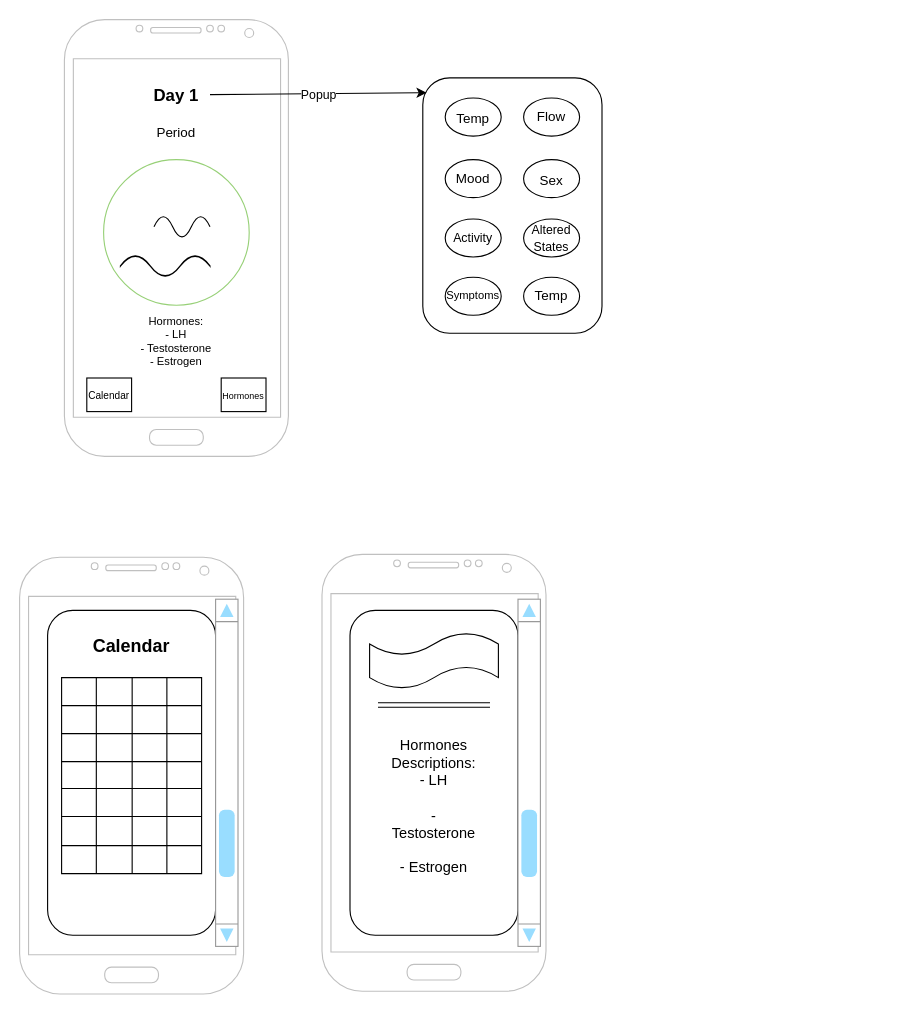
The draw.io diagram AppPrototype.drawio in TeigenC/AppPrototype, before the edit. Source tidied: cells renumbered, new cells numbered last; positions are measured from the earlier drawing's top-left corner, leaving out a move shared by most shapes. Both pictures are drawn from the tidied source at 112%, with x=0, y=0 at pixel (19, 19).
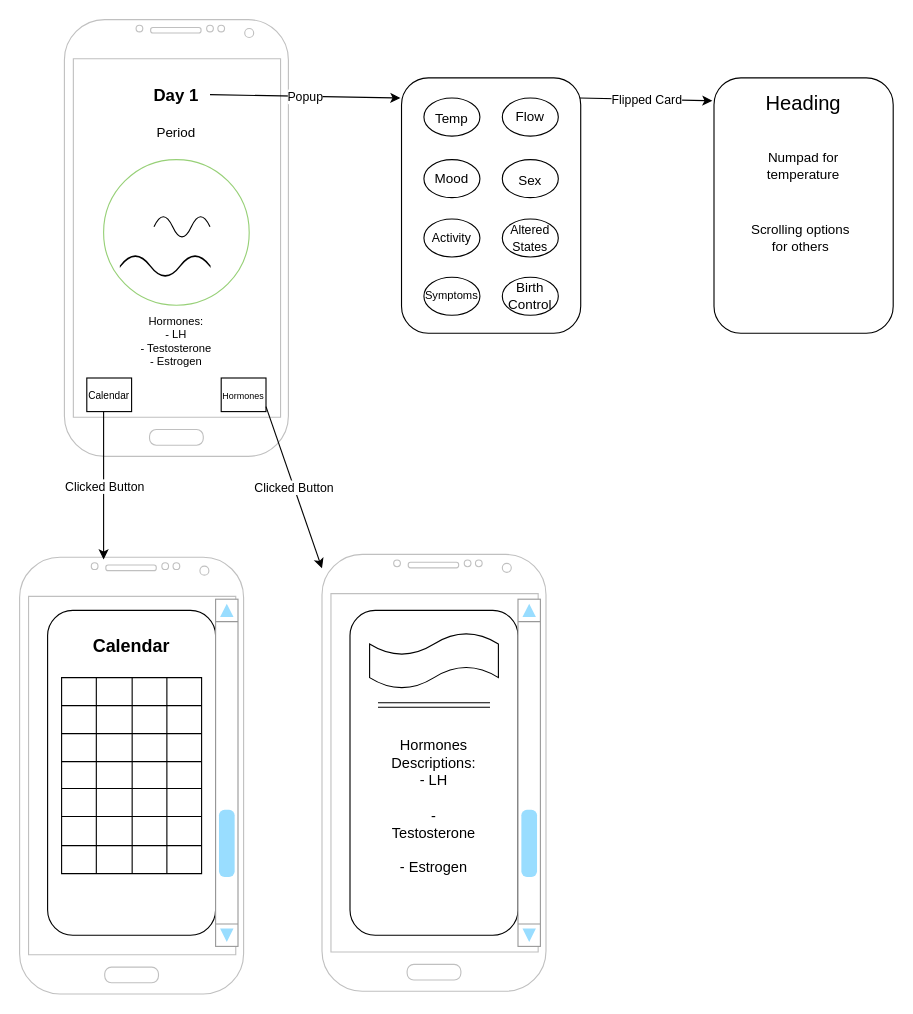
After the change.

The change refers to these unchanged cells:
```xml
<mxCell id="6" value="&lt;font style=&quot;font-size: 15px;&quot;&gt;&lt;b&gt;Day 1&lt;/b&gt;&lt;/font&gt;" style="text;strokeColor=none;align=center;fillColor=none;html=1;verticalAlign=middle;whiteSpace=wrap;rounded=0;" parent="1" vertex="1">
  <mxGeometry x="110" y="52" width="60" height="30" as="geometry" />
</mxCell>
<mxCell id="56" style="verticalLabelPosition=bottom;verticalAlign=top;html=1;shadow=0;dashed=0;strokeWidth=1;shape=mxgraph.android.phone2;strokeColor=#c0c0c0;" parent="1" vertex="1">
  <mxGeometry y="480" width="200" height="390" as="geometry" />
</mxCell>
<mxCell id="57" style="verticalLabelPosition=bottom;verticalAlign=top;html=1;shadow=0;dashed=0;strokeWidth=1;shape=mxgraph.android.phone2;strokeColor=#c0c0c0;" parent="1" vertex="1">
  <mxGeometry x="270" y="477.5" width="200" height="390" as="geometry" />
</mxCell>
```

Diff of the diagram source:
```diff
@@
     <mxCell id="55" style="rounded=1;whiteSpace=wrap;html=1;" parent="1" vertex="1">
-      <mxGeometry x="360" y="52" width="160" height="228" as="geometry" />
+      <mxGeometry x="341" y="52" width="160" height="228" as="geometry" />
     </mxCell>
@@
     <mxCell id="60" style="ellipse;whiteSpace=wrap;html=1;" parent="1" vertex="1">
-      <mxGeometry x="380" y="70" width="50" height="34" as="geometry" />
+      <mxGeometry x="361" y="70" width="50" height="34" as="geometry" />
     </mxCell>
     <mxCell id="61" style="ellipse;whiteSpace=wrap;html=1;" parent="1" vertex="1">
-      <mxGeometry x="380" y="125" width="50" height="34" as="geometry" />
+      <mxGeometry x="361" y="125" width="50" height="34" as="geometry" />
     </mxCell>
     <mxCell id="62" style="ellipse;whiteSpace=wrap;html=1;" parent="1" vertex="1">
-      <mxGeometry x="380" y="178" width="50" height="34" as="geometry" />
+      <mxGeometry x="361" y="178" width="50" height="34" as="geometry" />
     </mxCell>
     <mxCell id="63" style="ellipse;whiteSpace=wrap;html=1;" parent="1" vertex="1">
-      <mxGeometry x="380" y="230" width="50" height="34" as="geometry" />
+      <mxGeometry x="361" y="230" width="50" height="34" as="geometry" />
     </mxCell>
     <mxCell id="64" style="ellipse;whiteSpace=wrap;html=1;" parent="1" vertex="1">
-      <mxGeometry x="450" y="178" width="50" height="34" as="geometry" />
+      <mxGeometry x="431" y="178" width="50" height="34" as="geometry" />
     </mxCell>
     <mxCell id="65" style="ellipse;whiteSpace=wrap;html=1;" parent="1" vertex="1">
-      <mxGeometry x="450" y="125" width="50" height="34" as="geometry" />
+      <mxGeometry x="431" y="125" width="50" height="34" as="geometry" />
     </mxCell>
     <mxCell id="66" style="ellipse;whiteSpace=wrap;html=1;" parent="1" vertex="1">
-      <mxGeometry x="450" y="70" width="50" height="34" as="geometry" />
+      <mxGeometry x="431" y="70" width="50" height="34" as="geometry" />
     </mxCell>
     <mxCell id="67" style="ellipse;whiteSpace=wrap;html=1;" parent="1" vertex="1">
-      <mxGeometry x="450" y="230" width="50" height="34" as="geometry" />
+      <mxGeometry x="431" y="230" width="50" height="34" as="geometry" />
     </mxCell>
-    <mxCell id="68" style="endArrow=classic;html=1;rounded=0;exitX=1;exitY=0.5;exitDx=0;exitDy=0;entryX=0.021;entryY=0.058;entryDx=0;entryDy=0;entryPerimeter=0;" parent="1" edge="1" source="6" target="55">
-      <mxGeometry relative="1" as="geometry" />
+    <mxCell id="68" style="endArrow=classic;html=1;rounded=0;exitX=1;exitY=0.5;exitDx=0;exitDy=0;" parent="1" edge="1" source="6">
+      <mxGeometry relative="1" as="geometry">
+        <mxPoint x="340" y="70" as="targetPoint" />
+      </mxGeometry>
     </mxCell>
@@
     <mxCell id="70" value="Temp" style="text;strokeColor=none;align=center;fillColor=none;html=1;verticalAlign=middle;whiteSpace=wrap;rounded=0;" parent="1" vertex="1">
-      <mxGeometry x="375" y="74" width="60" height="30" as="geometry" />
+      <mxGeometry x="356" y="74" width="60" height="30" as="geometry" />
     </mxCell>
     <mxCell id="71" value="Flow" style="text;strokeColor=none;align=center;fillColor=none;html=1;verticalAlign=middle;whiteSpace=wrap;rounded=0;" parent="1" vertex="1">
-      <mxGeometry x="445" y="72" width="60" height="30" as="geometry" />
+      <mxGeometry x="426" y="72" width="60" height="30" as="geometry" />
     </mxCell>
     <mxCell id="72" value="Mood" style="text;strokeColor=none;align=center;fillColor=none;html=1;verticalAlign=middle;whiteSpace=wrap;rounded=0;" parent="1" vertex="1">
-      <mxGeometry x="375" y="127" width="60" height="30" as="geometry" />
+      <mxGeometry x="356" y="127" width="60" height="30" as="geometry" />
     </mxCell>
     <mxCell id="73" value="Sex" style="text;strokeColor=none;align=center;fillColor=none;html=1;verticalAlign=middle;whiteSpace=wrap;rounded=0;" parent="1" vertex="1">
-      <mxGeometry x="445" y="129" width="60" height="30" as="geometry" />
+      <mxGeometry x="426" y="129" width="60" height="30" as="geometry" />
     </mxCell>
     <mxCell id="74" value="&lt;span style=&quot;font-size: 11px;&quot;&gt;Activity&lt;/span&gt;" style="text;strokeColor=none;align=center;fillColor=none;html=1;verticalAlign=middle;whiteSpace=wrap;rounded=0;" parent="1" vertex="1">
-      <mxGeometry x="375" y="180" width="60" height="30" as="geometry" />
+      <mxGeometry x="356" y="180" width="60" height="30" as="geometry" />
     </mxCell>
     <mxCell id="75" value="&lt;font style=&quot;font-size: 11px;&quot;&gt;Altered States&lt;/font&gt;" style="text;strokeColor=none;align=center;fillColor=none;html=1;verticalAlign=middle;whiteSpace=wrap;rounded=0;" parent="1" vertex="1">
-      <mxGeometry x="445" y="180" width="60" height="30" as="geometry" />
+      <mxGeometry x="426" y="180" width="60" height="30" as="geometry" />
     </mxCell>
     <mxCell id="76" value="&lt;font style=&quot;font-size: 10px;&quot;&gt;Symptoms&lt;/font&gt;" style="text;strokeColor=none;align=center;fillColor=none;html=1;verticalAlign=middle;whiteSpace=wrap;rounded=0;" parent="1" vertex="1">
-      <mxGeometry x="375" y="231" width="60" height="30" as="geometry" />
+      <mxGeometry x="356" y="231" width="60" height="30" as="geometry" />
     </mxCell>
-    <mxCell id="77" value="Temp" style="text;strokeColor=none;align=center;fillColor=none;html=1;verticalAlign=middle;whiteSpace=wrap;rounded=0;" parent="1" vertex="1">
-      <mxGeometry x="445" y="232" width="60" height="30" as="geometry" />
+    <mxCell id="77" value="Birth Control" style="text;strokeColor=none;align=center;fillColor=none;html=1;verticalAlign=middle;whiteSpace=wrap;rounded=0;" parent="1" vertex="1">
+      <mxGeometry x="426" y="232" width="60" height="30" as="geometry" />
     </mxCell>
+    <mxCell id="78" style="endArrow=classic;html=1;rounded=0;entryX=0.375;entryY=0.005;entryDx=0;entryDy=0;entryPerimeter=0;" parent="1" edge="1" target="56">
+      <mxGeometry relative="1" as="geometry">
+        <mxPoint x="75" y="350" as="sourcePoint" />
+      </mxGeometry>
+    </mxCell>
+    <mxCell id="79" value="Clicked Button" style="edgeLabel;html=1;align=center;verticalAlign=middle;" parent="78" vertex="1">
+      <mxGeometry relative="1" as="geometry" />
+    </mxCell>
+    <mxCell id="80" style="endArrow=classic;html=1;rounded=0;entryX=0;entryY=0.032;entryDx=0;entryDy=0;entryPerimeter=0;" parent="1" edge="1" target="57">
+      <mxGeometry relative="1" as="geometry">
+        <mxPoint x="220" y="345.5" as="sourcePoint" />
+      </mxGeometry>
+    </mxCell>
+    <mxCell id="81" value="Clicked Button" style="edgeLabel;html=1;align=center;verticalAlign=middle;" parent="80" vertex="1">
+      <mxGeometry relative="1" as="geometry" />
+    </mxCell>
+    <mxCell id="82" style="rounded=1;whiteSpace=wrap;html=1;" parent="1" vertex="1">
+      <mxGeometry x="620" y="52" width="160" height="228" as="geometry" />
+    </mxCell>
+    <mxCell id="83" style="endArrow=classic;html=1;rounded=0;exitX=0.994;exitY=0.079;exitDx=0;exitDy=0;exitPerimeter=0;entryX=-0.009;entryY=0.09;entryDx=0;entryDy=0;entryPerimeter=0;" parent="1" edge="1" source="55" target="82">
+      <mxGeometry relative="1" as="geometry" />
+    </mxCell>
+    <mxCell id="84" value="Flipped Card" style="edgeLabel;html=1;align=center;verticalAlign=middle;" parent="83" vertex="1">
+      <mxGeometry relative="1" as="geometry" />
+    </mxCell>
+    <mxCell id="85" value="Heading" style="text;strokeColor=none;align=center;fillColor=none;html=1;verticalAlign=middle;whiteSpace=wrap;rounded=0;fontSize=18;" parent="1" vertex="1">
+      <mxGeometry x="670" y="60" width="60" height="30" as="geometry" />
+    </mxCell>
+    <mxCell id="86" value="Numpad for temperature" style="text;strokeColor=none;align=center;fillColor=none;html=1;verticalAlign=middle;whiteSpace=wrap;rounded=0;" parent="1" vertex="1">
+      <mxGeometry x="655" y="116" width="90" height="30" as="geometry" />
+    </mxCell>
+    <mxCell id="87" value="Scrolling options for others" style="text;strokeColor=none;align=center;fillColor=none;html=1;verticalAlign=middle;whiteSpace=wrap;rounded=0;" parent="1" vertex="1">
+      <mxGeometry x="650" y="170" width="95" height="50" as="geometry" />
+    </mxCell>
```
